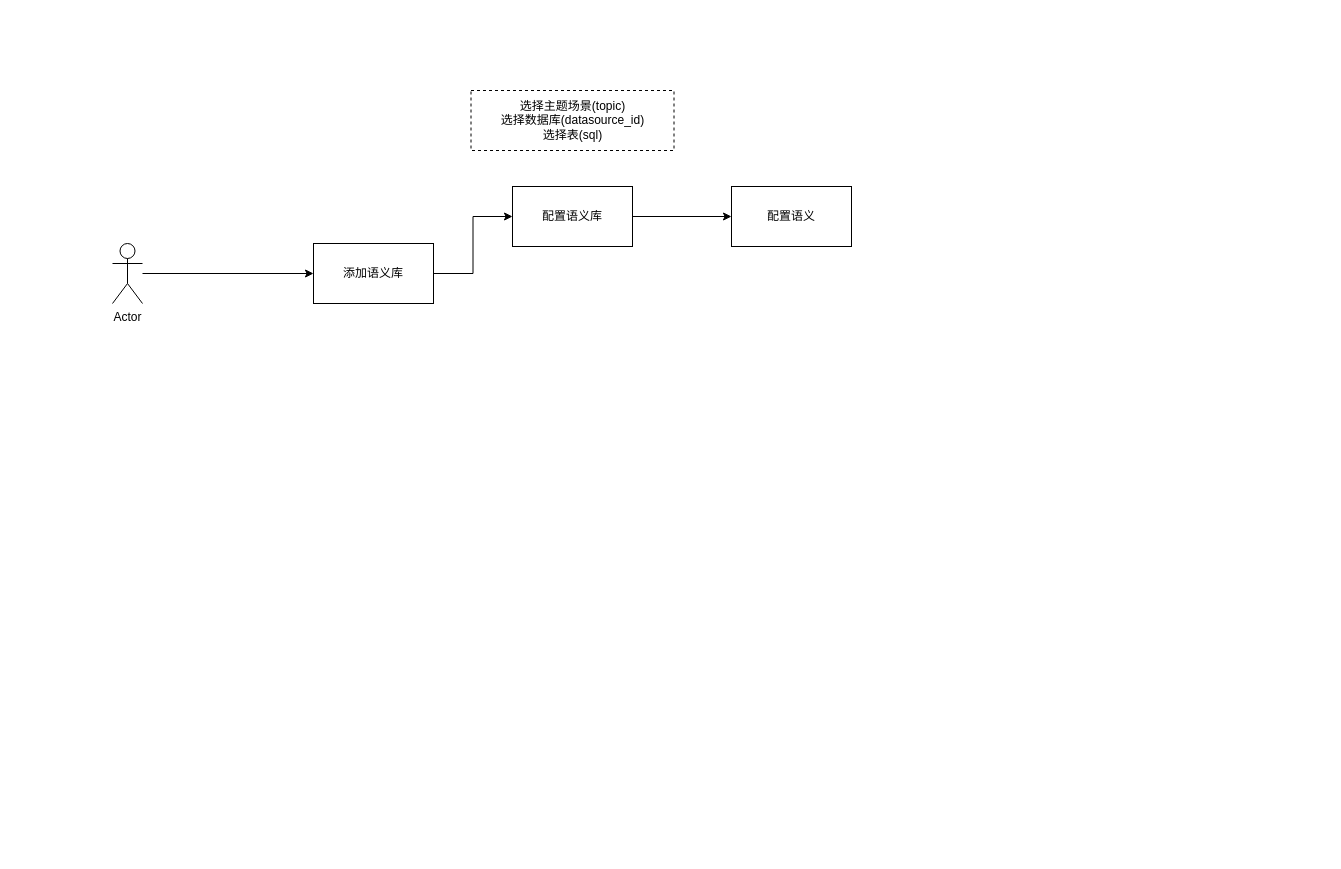
The draw.io diagram cubejs.drawio in JackDan9/soil, before the edit. Source tidied: cells renumbered, new cells numbered last; positions are measured from the earlier drawing's top-left corner, leaving out a move shared by most shapes. Both pictures are drawn from the tidied source at 100%, with x=0, y=0 at pixel (112, 90).
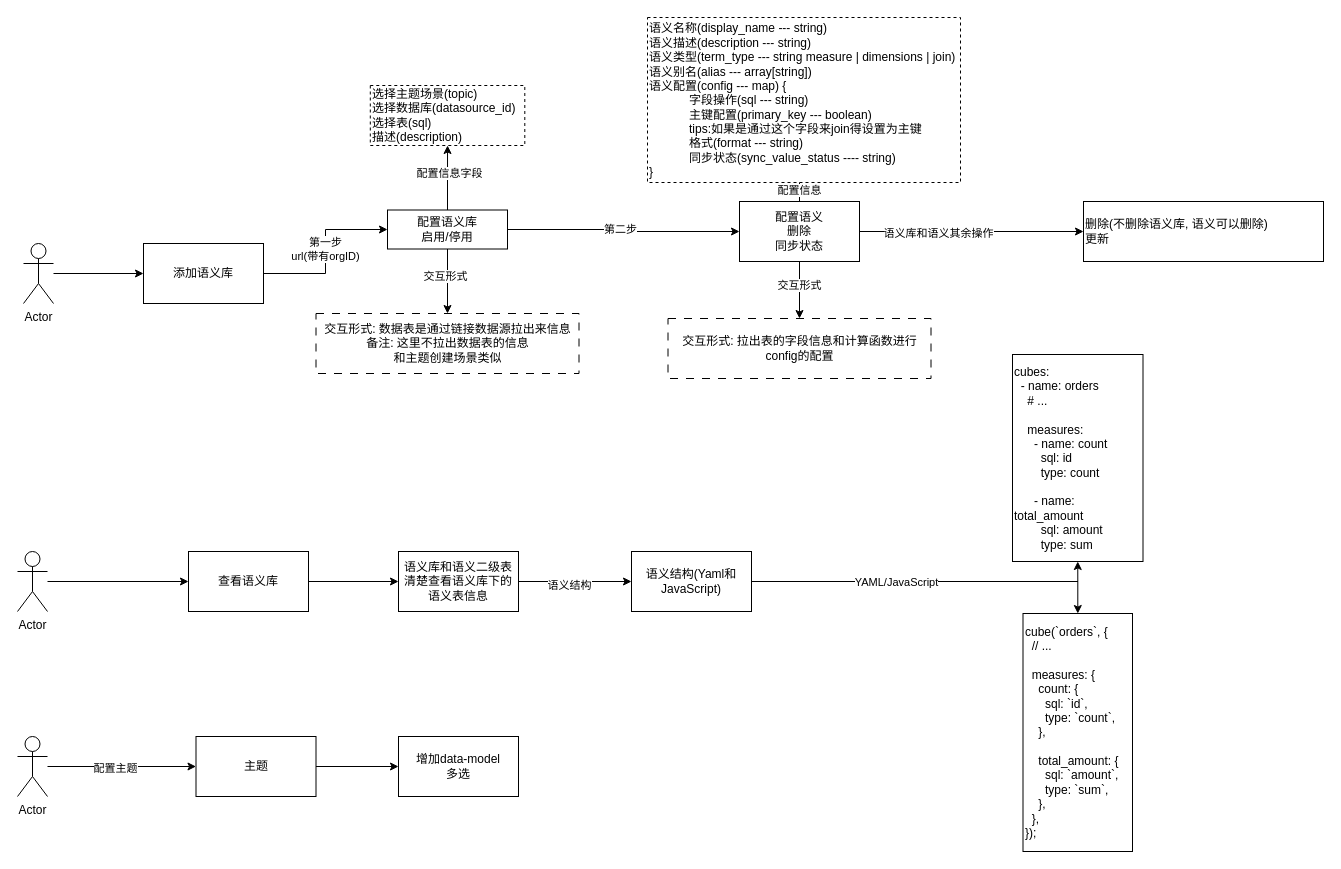
The same diagram, later.

The change refers to these unchanged cells:
```xml
<mxCell id="4" style="edgeStyle=orthogonalEdgeStyle;rounded=0;jettySize=auto;html=1;entryX=0;entryY=0.5;entryDx=0;entryDy=0;" parent="1" edge="1" source="5" target="7">
  <mxGeometry relative="1" as="geometry" />
</mxCell>
<mxCell id="6" style="edgeStyle=orthogonalEdgeStyle;rounded=0;jettySize=auto;html=1;exitX=1;exitY=0.5;exitDx=0;exitDy=0;entryX=0;entryY=0.5;entryDx=0;entryDy=0;" parent="1" edge="1" source="7" target="8">
  <mxGeometry relative="1" as="geometry" />
</mxCell>
```

The edit, as a diff of the source:
```diff
@@
     <mxCell id="3" value="Actor" style="shape=umlActor;verticalLabelPosition=bottom;verticalAlign=top;html=1;outlineConnect=0;" parent="1" vertex="1">
-      <mxGeometry y="153" width="30" height="60" as="geometry" />
+      <mxGeometry x="-89" y="153" width="30" height="60" as="geometry" />
     </mxCell>
@@
+    <mxCell id="10" value="第一步&lt;br&gt;url(带有orgID)" style="edgeLabel;html=1;align=center;verticalAlign=middle;" parent="4" vertex="1">
+      <mxGeometry x="0.04" y="2" relative="1" as="geometry">
+        <mxPoint x="1" as="offset" />
+      </mxGeometry>
+    </mxCell>
     <mxCell id="5" value="添加语义库" style="rounded=0;whiteSpace=wrap;html=1;" parent="1" vertex="1">
-      <mxGeometry x="201" y="153" width="120" height="60" as="geometry" />
+      <mxGeometry x="31" y="153" width="120" height="60" as="geometry" />
     </mxCell>
@@
+    <mxCell id="11" value="第二步" style="edgeLabel;html=1;align=center;verticalAlign=middle;" parent="6" vertex="1">
+      <mxGeometry x="-0.04" y="1" relative="1" as="geometry" />
+    </mxCell>
+    <mxCell id="12" style="edgeStyle=orthogonalEdgeStyle;rounded=0;jettySize=auto;html=1;entryX=0.5;entryY=1;entryDx=0;entryDy=0;" parent="1" edge="1" source="7" target="9">
+      <mxGeometry relative="1" as="geometry" />
+    </mxCell>
+    <mxCell id="13" value="配置信息字段" style="edgeLabel;html=1;align=center;verticalAlign=middle;" parent="12" vertex="1">
+      <mxGeometry x="0.15" y="-1" relative="1" as="geometry" />
+    </mxCell>
+    <mxCell id="14" style="edgeStyle=orthogonalEdgeStyle;rounded=0;jettySize=auto;html=1;" parent="1" edge="1" source="7" target="23">
+      <mxGeometry relative="1" as="geometry" />
+    </mxCell>
+    <mxCell id="15" value="&lt;font style=&quot;font-size: 11px;&quot;&gt;交互形式&lt;/font&gt;" style="edgeLabel;html=1;align=center;verticalAlign=middle;" parent="14" vertex="1">
+      <mxGeometry x="-0.15" y="-3" relative="1" as="geometry" />
+    </mxCell>
-    <mxCell id="7" value="配置语义库" style="rounded=0;whiteSpace=wrap;html=1;" parent="1" vertex="1">
-      <mxGeometry x="400" y="96" width="120" height="60" as="geometry" />
+    <mxCell id="7" value="配置语义库&lt;br&gt;启用/停用" style="rounded=0;whiteSpace=wrap;html=1;" parent="1" vertex="1">
+      <mxGeometry x="275" y="119.5" width="120" height="39" as="geometry" />
     </mxCell>
+    <mxCell id="16" style="edgeStyle=orthogonalEdgeStyle;rounded=0;jettySize=auto;html=1;" parent="1" edge="1" source="8" target="22">
+      <mxGeometry relative="1" as="geometry" />
+    </mxCell>
+    <mxCell id="17" value="配置信息" style="edgeLabel;html=1;align=center;verticalAlign=middle;" parent="16" vertex="1">
+      <mxGeometry x="-0.04" y="1" relative="1" as="geometry" />
+    </mxCell>
+    <mxCell id="18" style="edgeStyle=orthogonalEdgeStyle;rounded=0;jettySize=auto;html=1;entryX=0.5;entryY=0;entryDx=0;entryDy=0;" parent="1" edge="1" source="8" target="28">
+      <mxGeometry relative="1" as="geometry" />
+    </mxCell>
+    <mxCell id="19" value="交互形式" style="edgeLabel;html=1;align=center;verticalAlign=middle;" parent="18" vertex="1">
+      <mxGeometry x="-0.19" y="-1" relative="1" as="geometry" />
+    </mxCell>
+    <mxCell id="20" style="edgeStyle=orthogonalEdgeStyle;rounded=0;jettySize=auto;html=1;" parent="1" edge="1" source="8" target="38">
+      <mxGeometry relative="1" as="geometry" />
+    </mxCell>
+    <mxCell id="21" value="语义库和语义其余操作" style="edgeLabel;html=1;align=center;verticalAlign=middle;" parent="20" vertex="1">
+      <mxGeometry x="-0.3" y="-1" relative="1" as="geometry" />
+    </mxCell>
-    <mxCell id="8" value="配置语义" style="rounded=0;whiteSpace=wrap;html=1;" parent="1" vertex="1">
-      <mxGeometry x="619" y="96" width="120" height="60" as="geometry" />
+    <mxCell id="8" value="配置语义&lt;br&gt;删除&lt;br&gt;同步状态" style="rounded=0;whiteSpace=wrap;html=1;" parent="1" vertex="1">
+      <mxGeometry x="627" y="111" width="120" height="60" as="geometry" />
     </mxCell>
-    <mxCell id="9" value="选择主题场景(topic)&lt;br&gt;选择数据库(datasource_id)&lt;br&gt;选择表(sql)" style="rounded=0;whiteSpace=wrap;html=1;dashed=1;" parent="1" vertex="1">
-      <mxGeometry x="358.5" width="203" height="60" as="geometry" />
+    <mxCell id="9" value="选择主题场景(topic)&lt;br&gt;选择数据库(datasource_id)&lt;br&gt;选择表(sql)&lt;br&gt;描述(description)" style="rounded=0;whiteSpace=wrap;html=1;dashed=1;align=left;" parent="1" vertex="1">
+      <mxGeometry x="257.8" y="-5" width="154.5" height="60" as="geometry" />
     </mxCell>
+    <mxCell id="22" value="语义名称(display_name --- string)&lt;br&gt;语义描述(description --- string)&lt;br&gt;语义类型(term_type --- string measure | dimensions | join)&lt;br&gt;语义别名(alias --- array[string])&lt;br&gt;语义配置(config --- map) {&lt;br&gt;&lt;blockquote style=&quot;margin: 0 0 0 40px; border: none; padding: 0px;&quot;&gt;字段操作(sql --- string)&lt;br&gt;主键配置(primary_key --- boolean)&lt;br&gt;tips:如果是通过这个字段来join得设置为主键&lt;br&gt;格式(format --- string)&lt;br&gt;同步状态(sync_value_status ---- string)&lt;/blockquote&gt;}" style="rounded=0;whiteSpace=wrap;html=1;dashed=1;align=left;" parent="1" vertex="1">
+      <mxGeometry x="535" y="-73" width="313" height="165" as="geometry" />
+    </mxCell>
+    <mxCell id="23" value="交互形式: 数据表是通过链接数据源拉出来信息&lt;br&gt;备注: 这里不拉出数据表的信息&lt;br&gt;和主题创建场景类似" style="rounded=0;whiteSpace=wrap;html=1;dashed=1;dashPattern=8 8;" parent="1" vertex="1">
+      <mxGeometry x="203.5" y="223" width="263" height="60" as="geometry" />
+    </mxCell>
+    <mxCell id="24" style="edgeStyle=orthogonalEdgeStyle;rounded=0;jettySize=auto;html=1;entryX=0;entryY=0.5;entryDx=0;entryDy=0;" parent="1" edge="1" source="25" target="27">
+      <mxGeometry relative="1" as="geometry" />
+    </mxCell>
+    <mxCell id="25" value="Actor" style="shape=umlActor;verticalLabelPosition=bottom;verticalAlign=top;html=1;outlineConnect=0;" parent="1" vertex="1">
+      <mxGeometry x="-95" y="461" width="30" height="60" as="geometry" />
+    </mxCell>
+    <mxCell id="26" style="edgeStyle=orthogonalEdgeStyle;rounded=0;jettySize=auto;html=1;entryX=0;entryY=0.5;entryDx=0;entryDy=0;" parent="1" edge="1" source="27" target="31">
+      <mxGeometry relative="1" as="geometry" />
+    </mxCell>
+    <mxCell id="27" value="查看语义库" style="rounded=0;whiteSpace=wrap;html=1;" parent="1" vertex="1">
+      <mxGeometry x="76" y="461" width="120" height="60" as="geometry" />
+    </mxCell>
+    <mxCell id="28" value="交互形式: 拉出表的字段信息和计算函数进行config的配置" style="rounded=0;whiteSpace=wrap;html=1;dashed=1;dashPattern=8 8;" parent="1" vertex="1">
+      <mxGeometry x="555.5" y="228" width="263" height="60" as="geometry" />
+    </mxCell>
+    <mxCell id="29" style="edgeStyle=orthogonalEdgeStyle;rounded=0;jettySize=auto;html=1;" parent="1" edge="1" source="31" target="35">
+      <mxGeometry relative="1" as="geometry" />
+    </mxCell>
+    <mxCell id="30" value="语义结构" style="edgeLabel;html=1;align=center;verticalAlign=middle;" parent="29" vertex="1">
+      <mxGeometry x="-0.12" y="-3" relative="1" as="geometry" />
+    </mxCell>
+    <mxCell id="31" value="语义库和语义二级表&lt;br&gt;清楚查看语义库下的语义表信息" style="rounded=0;whiteSpace=wrap;html=1;" parent="1" vertex="1">
+      <mxGeometry x="286" y="461" width="120" height="60" as="geometry" />
+    </mxCell>
+    <mxCell id="32" style="edgeStyle=orthogonalEdgeStyle;rounded=0;jettySize=auto;html=1;" parent="1" edge="1" source="35" target="36">
+      <mxGeometry relative="1" as="geometry" />
+    </mxCell>
+    <mxCell id="33" style="edgeStyle=orthogonalEdgeStyle;rounded=0;jettySize=auto;html=1;entryX=0.5;entryY=1;entryDx=0;entryDy=0;" parent="1" edge="1" source="35" target="37">
+      <mxGeometry relative="1" as="geometry" />
+    </mxCell>
+    <mxCell id="34" value="YAML/JavaScript" style="edgeLabel;html=1;align=center;verticalAlign=middle;" parent="33" vertex="1">
+      <mxGeometry x="-0.17" relative="1" as="geometry" />
+    </mxCell>
+    <mxCell id="35" value="语义结构(Yaml和JavaScript)" style="whiteSpace=wrap;html=1;rounded=0;" parent="1" vertex="1">
+      <mxGeometry x="519" y="461" width="120" height="60" as="geometry" />
+    </mxCell>
+    <mxCell id="36" value="&lt;div&gt;cube(`orders`, {&lt;/div&gt;&lt;div&gt;&amp;nbsp; // ...&lt;/div&gt;&lt;div&gt;&amp;nbsp;&lt;/div&gt;&lt;div&gt;&amp;nbsp; measures: {&lt;/div&gt;&lt;div&gt;&amp;nbsp; &amp;nbsp; count: {&lt;/div&gt;&lt;div&gt;&amp;nbsp; &amp;nbsp; &amp;nbsp; sql: `id`,&lt;/div&gt;&lt;div&gt;&amp;nbsp; &amp;nbsp; &amp;nbsp; type: `count`,&lt;/div&gt;&lt;div&gt;&amp;nbsp; &amp;nbsp; },&lt;/div&gt;&lt;div&gt;&amp;nbsp;&lt;/div&gt;&lt;div&gt;&amp;nbsp; &amp;nbsp; total_amount: {&lt;/div&gt;&lt;div&gt;&amp;nbsp; &amp;nbsp; &amp;nbsp; sql: `amount`,&lt;/div&gt;&lt;div&gt;&amp;nbsp; &amp;nbsp; &amp;nbsp; type: `sum`,&lt;/div&gt;&lt;div&gt;&amp;nbsp; &amp;nbsp; },&lt;/div&gt;&lt;div&gt;&amp;nbsp; },&lt;/div&gt;&lt;div&gt;});&lt;/div&gt;" style="whiteSpace=wrap;html=1;rounded=0;align=left;" parent="1" vertex="1">
+      <mxGeometry x="910.5" y="523" width="109.5" height="238" as="geometry" />
+    </mxCell>
+    <mxCell id="37" value="&lt;div&gt;cubes:&lt;/div&gt;&lt;div&gt;&amp;nbsp; - name: orders&lt;/div&gt;&lt;div&gt;&amp;nbsp; &amp;nbsp; # ...&lt;/div&gt;&lt;div&gt;&amp;nbsp;&lt;/div&gt;&lt;div&gt;&amp;nbsp; &amp;nbsp; measures:&lt;/div&gt;&lt;div&gt;&amp;nbsp; &amp;nbsp; &amp;nbsp; - name: count&lt;/div&gt;&lt;div&gt;&amp;nbsp; &amp;nbsp; &amp;nbsp; &amp;nbsp; sql: id&lt;/div&gt;&lt;div&gt;&amp;nbsp; &amp;nbsp; &amp;nbsp; &amp;nbsp; type: count&lt;/div&gt;&lt;div&gt;&amp;nbsp;&lt;/div&gt;&lt;div&gt;&amp;nbsp; &amp;nbsp; &amp;nbsp; - name: total_amount&lt;/div&gt;&lt;div&gt;&amp;nbsp; &amp;nbsp; &amp;nbsp; &amp;nbsp; sql: amount&lt;/div&gt;&lt;div&gt;&amp;nbsp; &amp;nbsp; &amp;nbsp; &amp;nbsp; type: sum&lt;/div&gt;" style="rounded=0;whiteSpace=wrap;html=1;align=left;" parent="1" vertex="1">
+      <mxGeometry x="900" y="264" width="130.5" height="207" as="geometry" />
+    </mxCell>
+    <mxCell id="38" value="删除(不删除语义库, 语义可以删除)&lt;br&gt;更新" style="whiteSpace=wrap;html=1;rounded=0;align=left;" parent="1" vertex="1">
+      <mxGeometry x="971" y="111" width="240" height="60" as="geometry" />
+    </mxCell>
+    <mxCell id="39" style="edgeStyle=orthogonalEdgeStyle;rounded=0;jettySize=auto;html=1;" parent="1" edge="1" source="40" target="41">
+      <mxGeometry relative="1" as="geometry" />
+    </mxCell>
+    <mxCell id="40" value="主题" style="rounded=0;whiteSpace=wrap;html=1;" parent="1" vertex="1">
+      <mxGeometry x="83.5" y="646" width="120" height="60" as="geometry" />
+    </mxCell>
+    <mxCell id="41" value="增加data-model&lt;br&gt;多选" style="whiteSpace=wrap;html=1;rounded=0;" parent="1" vertex="1">
+      <mxGeometry x="286" y="646" width="120" height="60" as="geometry" />
+    </mxCell>
+    <mxCell id="42" style="edgeStyle=orthogonalEdgeStyle;rounded=0;jettySize=auto;html=1;entryX=0;entryY=0.5;entryDx=0;entryDy=0;" parent="1" edge="1" source="44" target="40">
+      <mxGeometry relative="1" as="geometry" />
+    </mxCell>
+    <mxCell id="43" value="配置主题" style="edgeLabel;html=1;align=center;verticalAlign=middle;" parent="42" vertex="1">
+      <mxGeometry x="-0.1" y="-1" relative="1" as="geometry" />
+    </mxCell>
+    <mxCell id="44" value="Actor" style="shape=umlActor;verticalLabelPosition=bottom;verticalAlign=top;html=1;outlineConnect=0;" parent="1" vertex="1">
+      <mxGeometry x="-95" y="646" width="30" height="60" as="geometry" />
+    </mxCell>
```
